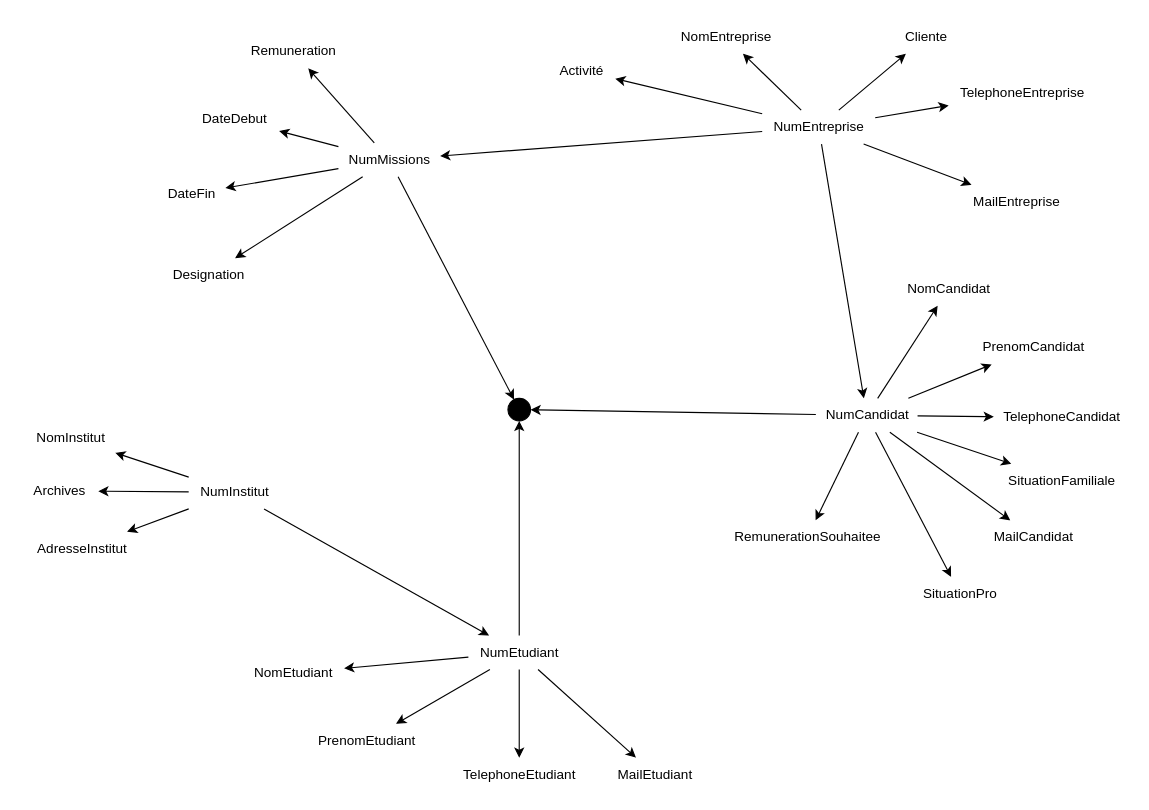
Earlier version of the draw.io diagram Dépendances fonctionnelles.drawio (zlyyr/SAE-1.04). Source tidied: cells renumbered, new cells numbered last; positions are measured from the earlier drawing's top-left corner, leaving out a move shared by most shapes. Both pictures are drawn from the tidied source at 113%, with x=0, y=0 at pixel (19, 19).
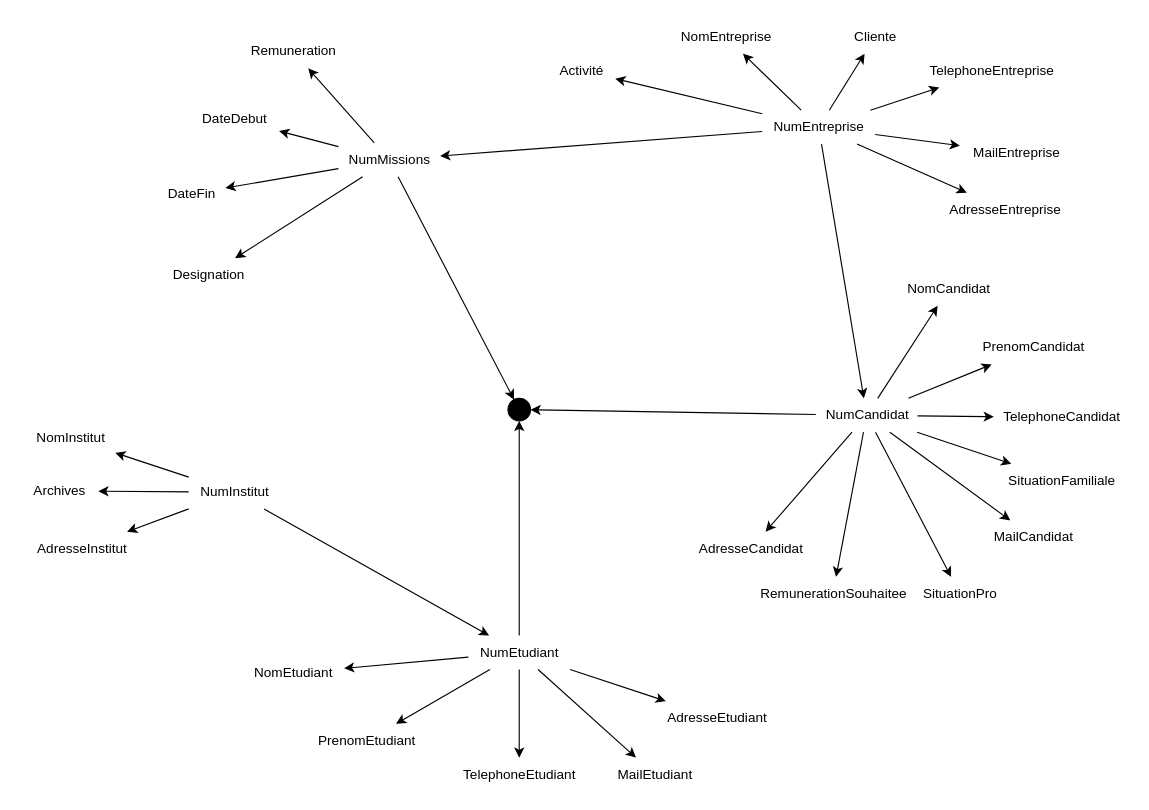
After the change.

Commit message (it also covers changes not shown here):
Tu sais ce que j'ai fais

Unchanged cells that the change refers to:
```xml
<mxCell id="2" value="NumEntreprise" style="text;html=1;align=center;verticalAlign=middle;points=[];strokeColor=none;fillColor=none;" parent="1" vertex="1">
  <mxGeometry x="657" y="80" width="100" height="30" as="geometry" />
</mxCell>
<mxCell id="11" value="&lt;div&gt;NumCandidat&lt;/div&gt;" style="text;html=1;align=center;verticalAlign=middle;points=[];strokeColor=none;fillColor=none;" parent="1" vertex="1">
  <mxGeometry x="704.5" y="335" width="90" height="30" as="geometry" />
</mxCell>
<mxCell id="28" value="&lt;div&gt;NumEtudiant&lt;/div&gt;" style="text;html=1;align=center;verticalAlign=middle;points=[];strokeColor=none;fillColor=none;" parent="1" vertex="1">
  <mxGeometry x="397" y="545" width="90" height="30" as="geometry" />
</mxCell>
```

What changed in the source:
```diff
@@
     <mxCell id="5" value="TelephoneEntreprise" style="text;html=1;align=center;verticalAlign=middle;points=[];strokeColor=none;fillColor=none;" parent="1" vertex="1">
-      <mxGeometry x="822" y="50" width="130" height="30" as="geometry" />
+      <mxGeometry x="794.5" y="30" width="130" height="30" as="geometry" />
     </mxCell>
     <mxCell id="6" value="Cliente" style="text;html=1;align=center;verticalAlign=middle;points=[];strokeColor=none;fillColor=none;" parent="1" vertex="1">
-      <mxGeometry x="772" width="60" height="30" as="geometry" />
+      <mxGeometry x="727" width="60" height="30" as="geometry" />
     </mxCell>
@@
     <mxCell id="18" value="RemunerationSouhaitee" style="text;html=1;align=center;verticalAlign=middle;points=[];strokeColor=none;fillColor=none;" parent="1" vertex="1">
-      <mxGeometry x="622" y="443" width="150" height="30" as="geometry" />
+      <mxGeometry x="644.5" y="493" width="150" height="30" as="geometry" />
     </mxCell>
@@
     <mxCell id="26" value="MailEntreprise" style="text;html=1;align=center;verticalAlign=middle;points=[];strokeColor=none;fillColor=none;" parent="1" vertex="1">
-      <mxGeometry x="832" y="146" width="100" height="30" as="geometry" />
+      <mxGeometry x="832" y="103" width="100" height="30" as="geometry" />
     </mxCell>
@@
+    <mxCell id="60" value="AdresseCandidat" style="text;html=1;align=center;verticalAlign=middle;points=[];strokeColor=none;fillColor=none;" parent="1" vertex="1">
+      <mxGeometry x="592" y="453" width="110" height="30" as="geometry" />
+    </mxCell>
+    <mxCell id="61" style="endArrow=classic;html=1;rounded=0;" parent="1" edge="1" source="11" target="60">
+      <mxGeometry relative="1" as="geometry" />
+    </mxCell>
+    <mxCell id="62" value="AdresseEtudiant" style="text;html=1;align=center;verticalAlign=middle;points=[];strokeColor=none;fillColor=none;" parent="1" vertex="1">
+      <mxGeometry x="562" y="603" width="110" height="30" as="geometry" />
+    </mxCell>
+    <mxCell id="63" style="endArrow=classic;html=1;rounded=0;" parent="1" edge="1" source="28" target="62">
+      <mxGeometry relative="1" as="geometry" />
+    </mxCell>
+    <mxCell id="64" style="endArrow=classic;html=1;rounded=0;" parent="1" edge="1" source="2" target="65">
+      <mxGeometry relative="1" as="geometry" />
+    </mxCell>
+    <mxCell id="65" value="AdresseEntreprise" style="text;html=1;align=center;verticalAlign=middle;points=[];strokeColor=none;fillColor=none;" parent="1" vertex="1">
+      <mxGeometry x="812" y="153" width="120" height="30" as="geometry" />
+    </mxCell>
```
